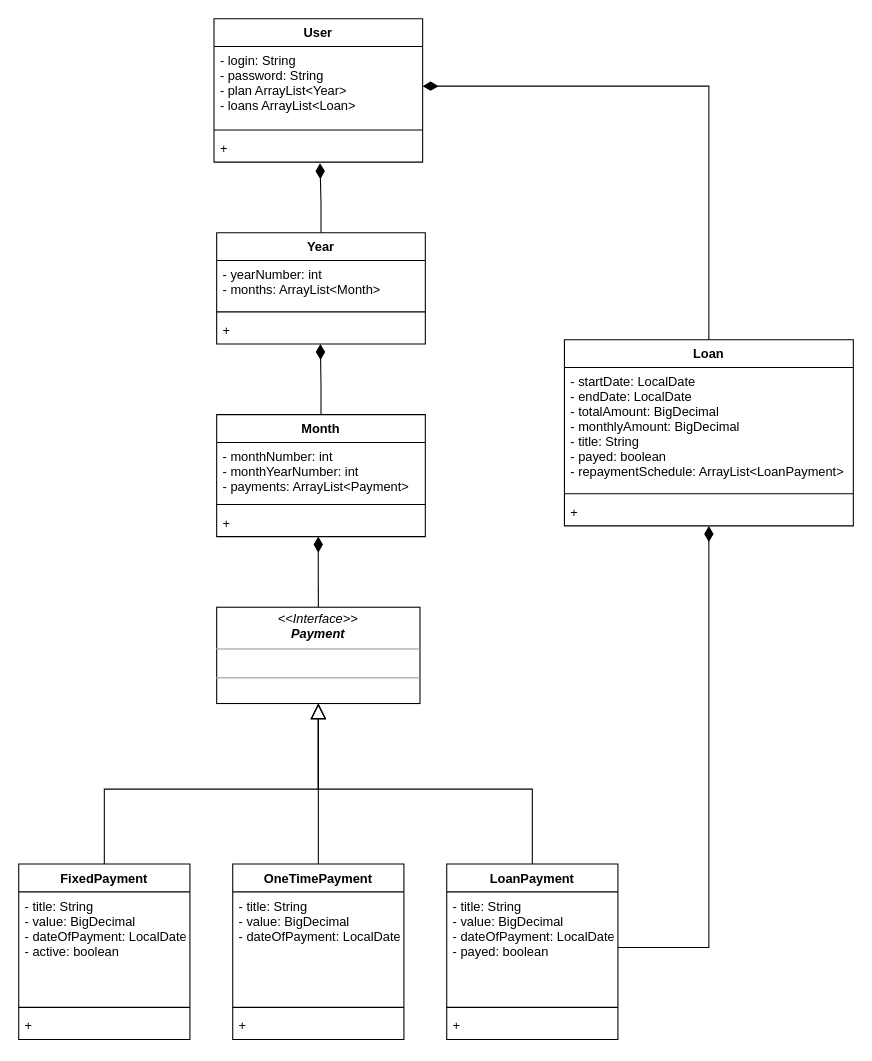
Above: paymentsdrawio.drawio in dwstef/expenditure (draw.io), before the change. Source tidied: cells renumbered, new cells numbered last; positions are measured from the earlier drawing's top-left corner, leaving out a move shared by most shapes. Both pictures are drawn from the tidied source at 107%, with x=0, y=0 at pixel (18, 18).
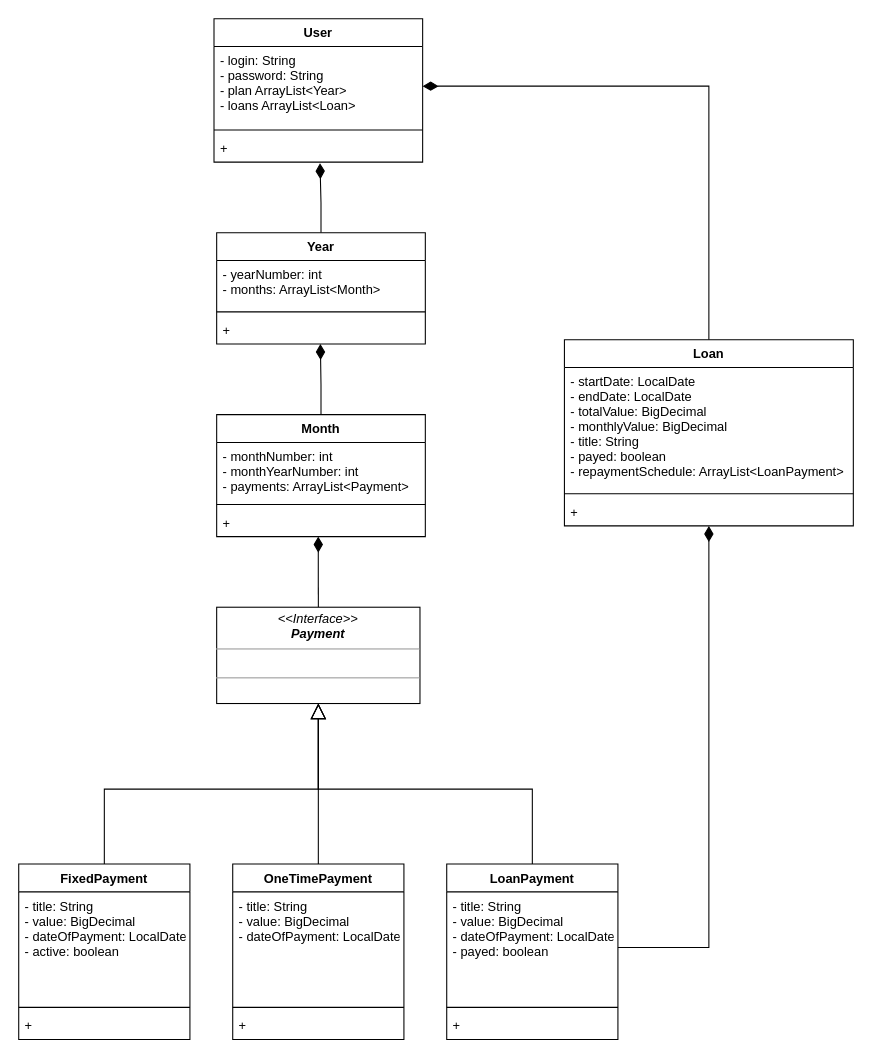
Above is the later version.

Unchanged cells that the change refers to:
```xml
<mxCell id="4" value="Loan" style="swimlane;fontStyle=1;align=center;verticalAlign=top;horizontal=1;startSize=26;" parent="1" vertex="1">
  <mxGeometry x="510" y="300" width="270" height="174" as="geometry" />
</mxCell>
```

Diff of the diagram source:
```diff
@@
-    <mxCell id="5" value="- startDate: LocalDate&#10;- endDate: LocalDate&#10;- totalAmount: BigDecimal&#10;- monthlyAmount: BigDecimal&#10;- title: String&#10;- payed: boolean&#10;- repaymentSchedule: ArrayList&lt;LoanPayment&gt;&#10;" style="text;strokeColor=none;fillColor=none;align=left;verticalAlign=top;spacingLeft=4;spacingRight=4;overflow=hidden;" parent="4" vertex="1">
+    <mxCell id="5" value="- startDate: LocalDate&#10;- endDate: LocalDate&#10;- totalValue: BigDecimal&#10;- monthlyValue: BigDecimal&#10;- title: String&#10;- payed: boolean&#10;- repaymentSchedule: ArrayList&lt;LoanPayment&gt;&#10;" style="text;strokeColor=none;fillColor=none;align=left;verticalAlign=top;spacingLeft=4;spacingRight=4;overflow=hidden;" parent="4" vertex="1">
       <mxGeometry y="26" width="270" height="114" as="geometry" />
     </mxCell>
```
